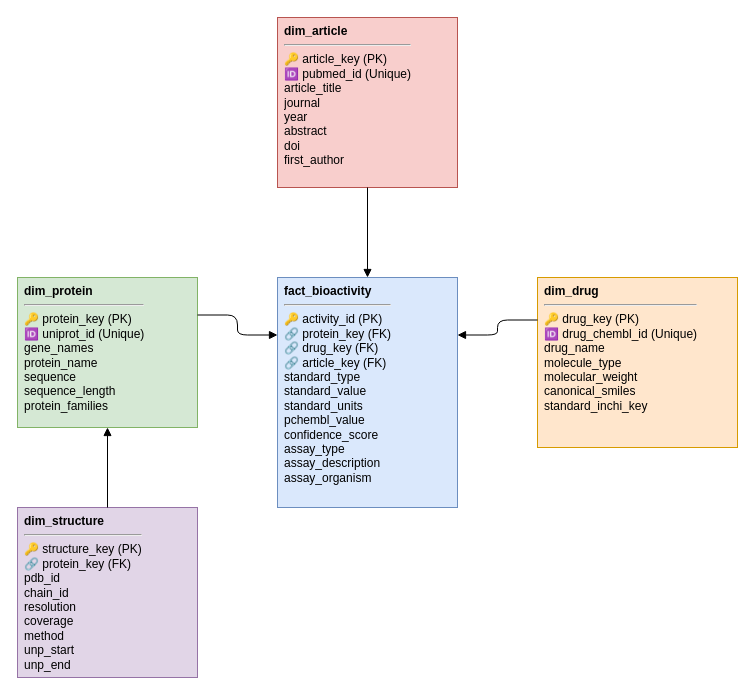
This is ipai_project/src/database/eliqsir.drawio from BlackSabbitch/ELIQSIR, a draw.io file, before an edit. Source tidied: cells renumbered, new cells numbered last; positions are measured from the earlier drawing's top-left corner, leaving out a move shared by most shapes. Both pictures are drawn from the tidied source at 100%, with x=0, y=0 at pixel (17, 17).
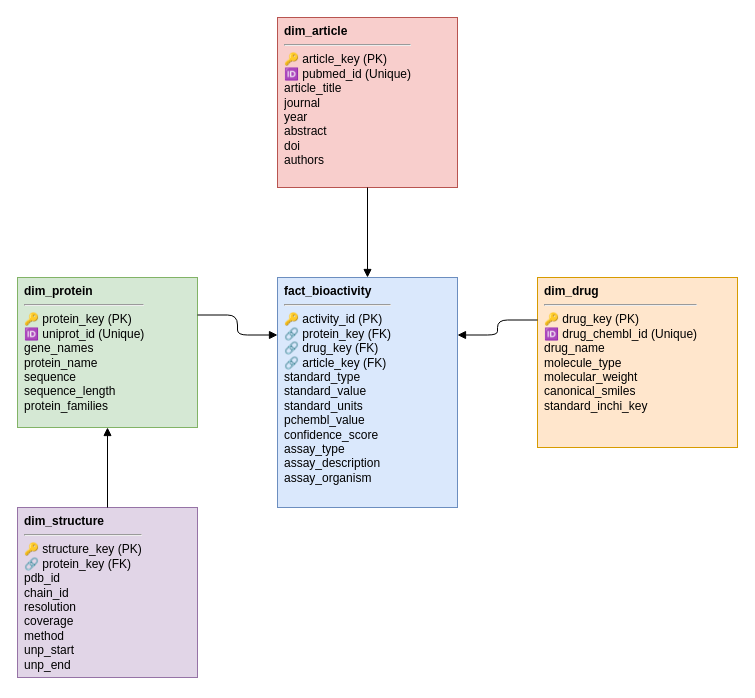
The same diagram, later.

Change to the diagram source:
```diff
@@
 <mxGraphModel>
   <root>
     <mxCell id="0" />
     <mxCell id="1" parent="0" />
     <mxCell id="2" value="&lt;b&gt;fact_bioactivity&lt;/b&gt;&lt;hr&gt;🔑 activity_id (PK)&lt;br&gt;🔗 protein_key (FK)&lt;br&gt;🔗 drug_key (FK)&lt;br&gt;🔗 article_key (FK)&lt;br&gt;standard_type&lt;br&gt;standard_value&lt;br&gt;standard_units&lt;br&gt;pchembl_value&lt;br&gt;confidence_score&lt;br&gt;assay_type&lt;br&gt;assay_description&lt;br&gt;assay_organism" style="verticalAlign=top;align=left;overflow=hidden;fontSize=12;fontFamily=Helvetica;html=1;fillColor=#dae8fc;strokeColor=#6c8ebf;spacingLeft=5;" parent="1" vertex="1">
       <mxGeometry x="260" y="260" width="180" height="230" as="geometry" />
     </mxCell>
     <mxCell id="3" value="&lt;b&gt;dim_protein&lt;/b&gt;&lt;hr&gt;🔑 protein_key (PK)&lt;br&gt;🆔 uniprot_id (Unique)&lt;br&gt;gene_names&lt;br&gt;protein_name&lt;br&gt;sequence&lt;br&gt;sequence_length&lt;br&gt;protein_families" style="verticalAlign=top;align=left;overflow=hidden;fontSize=12;fontFamily=Helvetica;html=1;fillColor=#d5e8d4;strokeColor=#82b366;spacingLeft=5;" parent="1" vertex="1">
       <mxGeometry y="260" width="180" height="150" as="geometry" />
     </mxCell>
     <mxCell id="4" value="&lt;b&gt;dim_drug&lt;/b&gt;&lt;hr&gt;🔑 drug_key (PK)&lt;br&gt;🆔 drug_chembl_id (Unique)&lt;br&gt;drug_name&lt;br&gt;molecule_type&lt;br&gt;molecular_weight&lt;br&gt;canonical_smiles&lt;br&gt;standard_inchi_key" style="verticalAlign=top;align=left;overflow=hidden;fontSize=12;fontFamily=Helvetica;html=1;fillColor=#ffe6cc;strokeColor=#d79b00;spacingLeft=5;" parent="1" vertex="1">
       <mxGeometry x="520" y="260" width="200" height="170" as="geometry" />
     </mxCell>
-    <mxCell id="5" value="&lt;b&gt;dim_article&lt;/b&gt;&lt;hr&gt;🔑 article_key (PK)&lt;br&gt;🆔 pubmed_id (Unique)&lt;br&gt;article_title&lt;br&gt;journal&lt;br&gt;year&lt;br&gt;abstract&lt;br&gt;doi&lt;br&gt;first_author" style="verticalAlign=top;align=left;overflow=hidden;fontSize=12;fontFamily=Helvetica;html=1;fillColor=#f8cecc;strokeColor=#b85450;spacingLeft=5;" parent="1" vertex="1">
+    <mxCell id="5" value="&lt;b&gt;dim_article&lt;/b&gt;&lt;hr&gt;🔑 article_key (PK)&lt;br&gt;🆔 pubmed_id (Unique)&lt;br&gt;article_title&lt;br&gt;journal&lt;br&gt;year&lt;br&gt;abstract&lt;br&gt;doi&lt;br&gt;authors" style="verticalAlign=top;align=left;overflow=hidden;fontSize=12;fontFamily=Helvetica;html=1;fillColor=#f8cecc;strokeColor=#b85450;spacingLeft=5;" parent="1" vertex="1">
       <mxGeometry x="260" width="180" height="170" as="geometry" />
     </mxCell>
     <mxCell id="6" value="&lt;b&gt;dim_structure&lt;/b&gt;&lt;hr&gt;🔑 structure_key (PK)&lt;br&gt;🔗 protein_key (FK)&lt;br&gt;pdb_id&lt;br&gt;chain_id&lt;br&gt;resolution&lt;br&gt;coverage&lt;br&gt;method&lt;br&gt;unp_start&lt;br&gt;unp_end" style="verticalAlign=top;align=left;overflow=hidden;fontSize=12;fontFamily=Helvetica;html=1;fillColor=#e1d5e7;strokeColor=#9673a6;spacingLeft=5;" parent="1" vertex="1">
       <mxGeometry y="490" width="180" height="170" as="geometry" />
     </mxCell>
     <mxCell id="7" style="edgeStyle=orthogonalEdgeStyle;rounded=1;html=1;entryX=0;entryY=0.25;entryDx=0;entryDy=0;exitX=1;exitY=0.25;exitDx=0;exitDy=0;endArrow=block;endFill=1;" parent="1" edge="1" source="3" target="2">
       <mxGeometry relative="1" as="geometry" />
     </mxCell>
     <mxCell id="8" style="edgeStyle=orthogonalEdgeStyle;rounded=1;html=1;entryX=1;entryY=0.25;entryDx=0;entryDy=0;exitX=0;exitY=0.25;exitDx=0;exitDy=0;endArrow=block;endFill=1;" parent="1" edge="1" source="4" target="2">
       <mxGeometry relative="1" as="geometry" />
     </mxCell>
     <mxCell id="9" style="edgeStyle=orthogonalEdgeStyle;rounded=1;html=1;entryX=0.5;entryY=0;entryDx=0;entryDy=0;exitX=0.5;exitY=1;exitDx=0;exitDy=0;endArrow=block;endFill=1;" parent="1" edge="1" source="5" target="2">
       <mxGeometry relative="1" as="geometry" />
     </mxCell>
     <mxCell id="10" style="edgeStyle=orthogonalEdgeStyle;rounded=1;html=1;entryX=0.5;entryY=1;entryDx=0;entryDy=0;exitX=0.5;exitY=0;exitDx=0;exitDy=0;endArrow=block;endFill=1;" parent="1" edge="1" source="6" target="3">
       <mxGeometry relative="1" as="geometry" />
     </mxCell>
   </root>
 </mxGraphModel>
```
